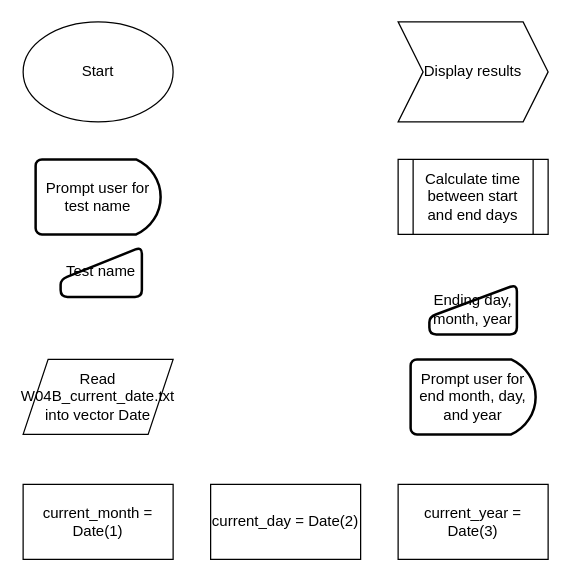
Earlier version of the draw.io diagram app04.drawio (uthw/feh). Source tidied: cells renumbered, new cells numbered last; positions are measured from the earlier drawing's top-left corner, leaving out a move shared by most shapes. Both pictures are drawn from the tidied source at 125%, with x=0, y=0 at pixel (22, 21).
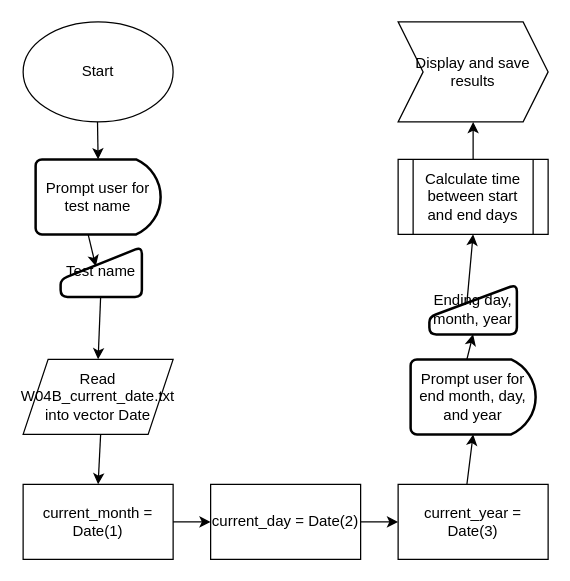
The same page after the edit.

The change refers to these unchanged cells:
```xml
<mxCell id="3" value="Read W04B_current_date.txt into vector Date" style="shape=parallelogram;perimeter=parallelogramPerimeter;whiteSpace=wrap;html=1;fixedSize=1;" parent="1" vertex="1">
  <mxGeometry y="270" width="120" height="60" as="geometry" />
</mxCell>
<mxCell id="4" value="current_month = Date(1)" style="rounded=0;whiteSpace=wrap;html=1;" parent="1" vertex="1">
  <mxGeometry y="370" width="120" height="60" as="geometry" />
</mxCell>
<mxCell id="5" value="current_day = Date(2)" style="rounded=0;whiteSpace=wrap;html=1;" parent="1" vertex="1">
  <mxGeometry x="150" y="370" width="120" height="60" as="geometry" />
</mxCell>
<mxCell id="6" value="current_year = Date(3)" style="rounded=0;whiteSpace=wrap;html=1;" parent="1" vertex="1">
  <mxGeometry x="300" y="370" width="120" height="60" as="geometry" />
</mxCell>
<mxCell id="8" value="Prompt user for end month, day, and year" style="strokeWidth=2;html=1;shape=mxgraph.flowchart.delay;whiteSpace=wrap;" parent="1" vertex="1">
  <mxGeometry x="310" y="270" width="100" height="60" as="geometry" />
</mxCell>
<mxCell id="9" value="Calculate time between start and end days" style="shape=process;whiteSpace=wrap;html=1;backgroundOutline=1;" parent="1" vertex="1">
  <mxGeometry x="300" y="110" width="120" height="60" as="geometry" />
</mxCell>
<mxCell id="10" value="Test name" style="html=1;strokeWidth=2;shape=manualInput;whiteSpace=wrap;rounded=1;size=26;arcSize=11;" parent="1" vertex="1">
  <mxGeometry x="30" y="180" width="65" height="40" as="geometry" />
</mxCell>
<mxCell id="11" value="Ending day, month, year" style="html=1;strokeWidth=2;shape=manualInput;whiteSpace=wrap;rounded=1;size=26;arcSize=11;" parent="1" vertex="1">
  <mxGeometry x="325" y="210" width="70" height="40" as="geometry" />
</mxCell>
```

The edit, as a diff of the source:
```diff
@@
-    <mxCell id="12" value="Display results" style="shape=step;perimeter=stepPerimeter;whiteSpace=wrap;html=1;fixedSize=1;" parent="1" vertex="1">
+    <mxCell id="12" value="Display and save results" style="shape=step;perimeter=stepPerimeter;whiteSpace=wrap;html=1;fixedSize=1;" parent="1" vertex="1">
       <mxGeometry x="300" width="120" height="80" as="geometry" />
     </mxCell>
+    <mxCell id="13" style="endArrow=classic;html=1;rounded=0;" parent="1" edge="1">
+      <mxGeometry relative="1" as="geometry">
+        <mxPoint x="59.5" y="80" as="sourcePoint" />
+        <mxPoint x="60" y="110" as="targetPoint" />
+      </mxGeometry>
+    </mxCell>
+    <mxCell id="14" style="endArrow=classic;html=1;rounded=0;entryX=0.5;entryY=0;entryDx=0;entryDy=0;" parent="1" edge="1" target="3">
+      <mxGeometry relative="1" as="geometry">
+        <mxPoint x="62" y="220" as="sourcePoint" />
+      </mxGeometry>
+    </mxCell>
+    <mxCell id="15" style="endArrow=classic;html=1;rounded=0;entryX=0.433;entryY=0.389;entryDx=0;entryDy=0;entryPerimeter=0;" parent="1" edge="1" target="10">
+      <mxGeometry relative="1" as="geometry">
+        <mxPoint x="52" y="170" as="sourcePoint" />
+      </mxGeometry>
+    </mxCell>
+    <mxCell id="16" style="endArrow=classic;html=1;rounded=0;entryX=0.5;entryY=0;entryDx=0;entryDy=0;" parent="1" edge="1" target="4">
+      <mxGeometry relative="1" as="geometry">
+        <mxPoint x="62" y="330" as="sourcePoint" />
+      </mxGeometry>
+    </mxCell>
+    <mxCell id="17" style="endArrow=classic;html=1;rounded=0;entryX=0;entryY=0.5;entryDx=0;entryDy=0;" parent="1" edge="1" target="5">
+      <mxGeometry relative="1" as="geometry">
+        <mxPoint x="120" y="400" as="sourcePoint" />
+      </mxGeometry>
+    </mxCell>
+    <mxCell id="18" style="endArrow=classic;html=1;rounded=0;entryX=0;entryY=0.5;entryDx=0;entryDy=0;" parent="1" edge="1" target="6">
+      <mxGeometry relative="1" as="geometry">
+        <mxPoint x="270" y="400" as="sourcePoint" />
+      </mxGeometry>
+    </mxCell>
+    <mxCell id="19" style="endArrow=classic;html=1;rounded=0;entryX=0.5;entryY=1;entryDx=0;entryDy=0;entryPerimeter=0;" parent="1" edge="1" target="8">
+      <mxGeometry relative="1" as="geometry">
+        <mxPoint x="355" y="370" as="sourcePoint" />
+      </mxGeometry>
+    </mxCell>
+    <mxCell id="20" style="endArrow=classic;html=1;rounded=0;entryX=0.5;entryY=1;entryDx=0;entryDy=0;" parent="1" edge="1" target="11">
+      <mxGeometry relative="1" as="geometry">
+        <mxPoint x="355" y="270" as="sourcePoint" />
+      </mxGeometry>
+    </mxCell>
+    <mxCell id="21" style="endArrow=classic;html=1;rounded=0;entryX=0.5;entryY=1;entryDx=0;entryDy=0;" parent="1" edge="1" target="9">
+      <mxGeometry relative="1" as="geometry">
+        <mxPoint x="355" y="225" as="sourcePoint" />
+      </mxGeometry>
+    </mxCell>
+    <mxCell id="22" style="endArrow=classic;html=1;rounded=0;entryX=0.5;entryY=1;entryDx=0;entryDy=0;exitX=0.5;exitY=0;exitDx=0;exitDy=0;" parent="1" edge="1" source="9" target="12">
+      <mxGeometry relative="1" as="geometry" />
+    </mxCell>
```
